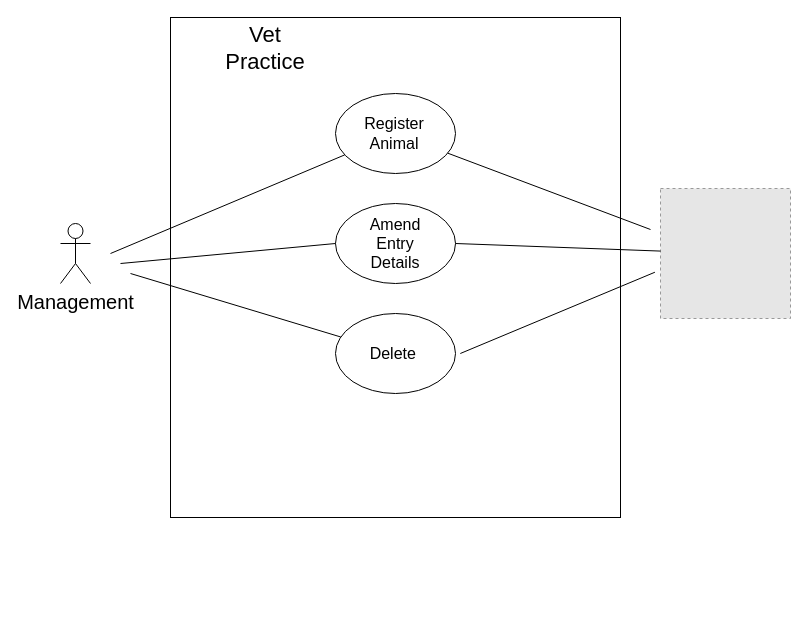
Above: page "Page-1" (1 of 2) of activity_diagram.drawio in fraserjamieson/vet_project (draw.io), before the change. Source tidied: cells renumbered, new cells numbered last; positions are measured from the earlier drawing's top-left corner, leaving out a move shared by most shapes. Both pictures are drawn from the tidied source at 100%, with x=0, y=0 at pixel (60, 17). Pictures stored in the file or linked from it are replaced by grey dashed boxes.
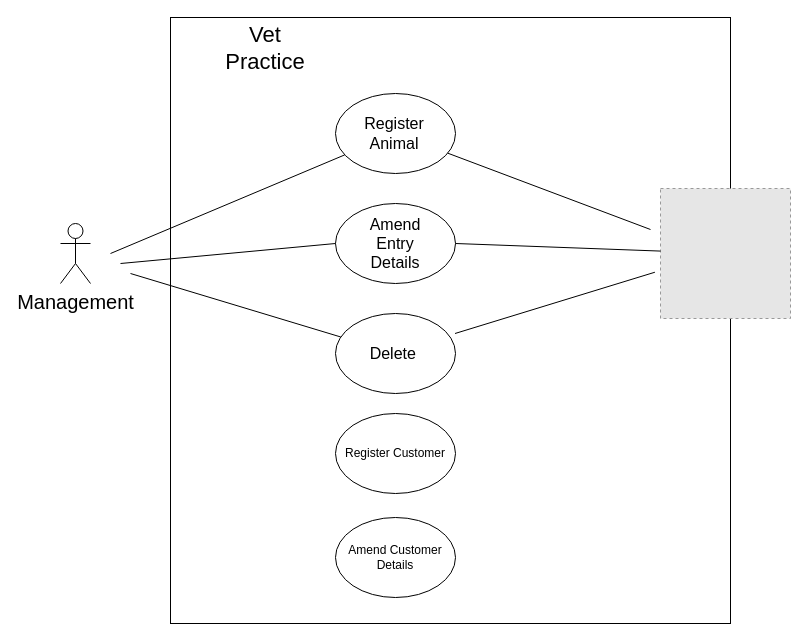
The same page after the edit.

The change refers to these unchanged cells:
```xml
<mxCell id="6" style="ellipse;whiteSpace=wrap;html=1;" parent="1" vertex="1">
  <mxGeometry x="275" y="296" width="120" height="80" as="geometry" />
</mxCell>
<mxCell id="11" style="fillColor=#E6E6E6;strokeColor=#999999;dashed=1;verticalLabelPosition=bottom;labelBackgroundColor=#ffffff;verticalAlign=top;" parent="1" vertex="1">
  <mxGeometry x="600" y="171" width="130" height="130" as="geometry" />
</mxCell>
```

The edit, as a diff of the source:
```diff
@@
     <mxCell id="2" style="rounded=0;whiteSpace=wrap;html=1;direction=south;" parent="1" vertex="1">
-      <mxGeometry x="110" width="450" height="500" as="geometry" />
+      <mxGeometry x="110" width="560" height="606" as="geometry" />
     </mxCell>
@@
-    <mxCell id="17" style="endArrow=none;html=1;exitX=0.672;exitY=0.356;exitDx=0;exitDy=0;exitPerimeter=0;entryX=-0.043;entryY=0.644;entryDx=0;entryDy=0;entryPerimeter=0;" parent="1" edge="1" source="2" target="11">
+    <mxCell id="17" style="endArrow=none;html=1;exitX=0.996;exitY=0.25;exitDx=0;exitDy=0;exitPerimeter=0;entryX=-0.043;entryY=0.644;entryDx=0;entryDy=0;entryPerimeter=0;" parent="1" edge="1" source="6" target="11">
       <mxGeometry relative="1" as="geometry" />
     </mxCell>
+    <mxCell id="18" value="Register Customer" style="ellipse;whiteSpace=wrap;html=1;" parent="1" vertex="1">
+      <mxGeometry x="275" y="396" width="120" height="80" as="geometry" />
+    </mxCell>
+    <mxCell id="19" value="Amend Customer Details" style="ellipse;whiteSpace=wrap;html=1;" parent="1" vertex="1">
+      <mxGeometry x="275" y="500" width="120" height="80" as="geometry" />
+    </mxCell>
```
